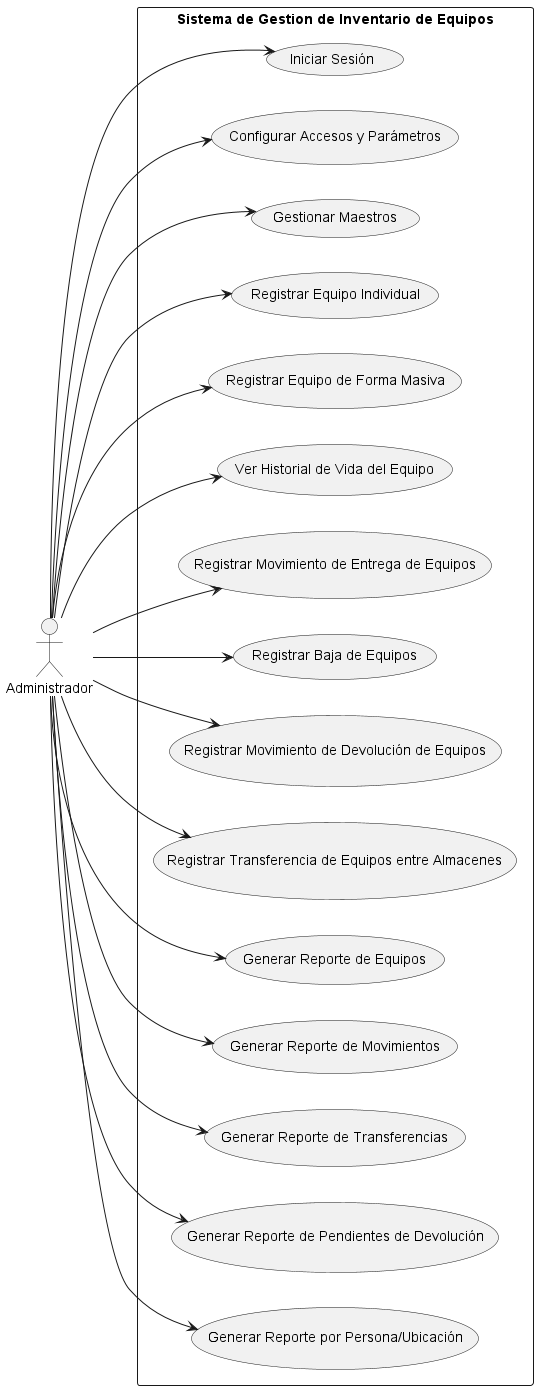
Above: UML_PlantUML_GIV/out/CaseUses/Administrador/Administrador.png in JordanNoah7/Conquistadores (PlantUML), before the change. Source of this version:
```plantuml
@startuml Administrador
left to right direction

actor "Administrador" as a
rectangle "Sistema de Gestion de Inventario de Equipos" {
    usecase "Iniciar Sesión" as uc1
    usecase "Configurar Accesos y Parámetros" as uc2
    usecase "Gestionar Maestros" as uc3
    usecase "Registrar Equipo Individual" as uc4
    usecase "Registrar Equipo de Forma Masiva" as uc5
    usecase "Ver Historial de Vida del Equipo" as uc6
    usecase "Registrar Movimiento de Entrega de Equipos" as uc7
    usecase "Registrar Baja de Equipos" as uc8
    usecase "Registrar Movimiento de Devolución de Equipos" as uc9
    usecase "Registrar Transferencia de Equipos entre Almacenes" as uc10
    usecase "Generar Reporte de Equipos" as uc11
    usecase "Generar Reporte de Movimientos" as uc12
    usecase "Generar Reporte de Transferencias" as uc13
    usecase "Generar Reporte de Pendientes de Devolución" as uc14
    usecase "Generar Reporte por Persona/Ubicación" as uc15
}
a --> uc1
a --> uc2
a --> uc3
a --> uc4
a --> uc5
a --> uc6
a --> uc7
a --> uc8
a --> uc9
a --> uc10
a --> uc11
a --> uc12
a --> uc13
a --> uc14
a --> uc15
@enduml
```
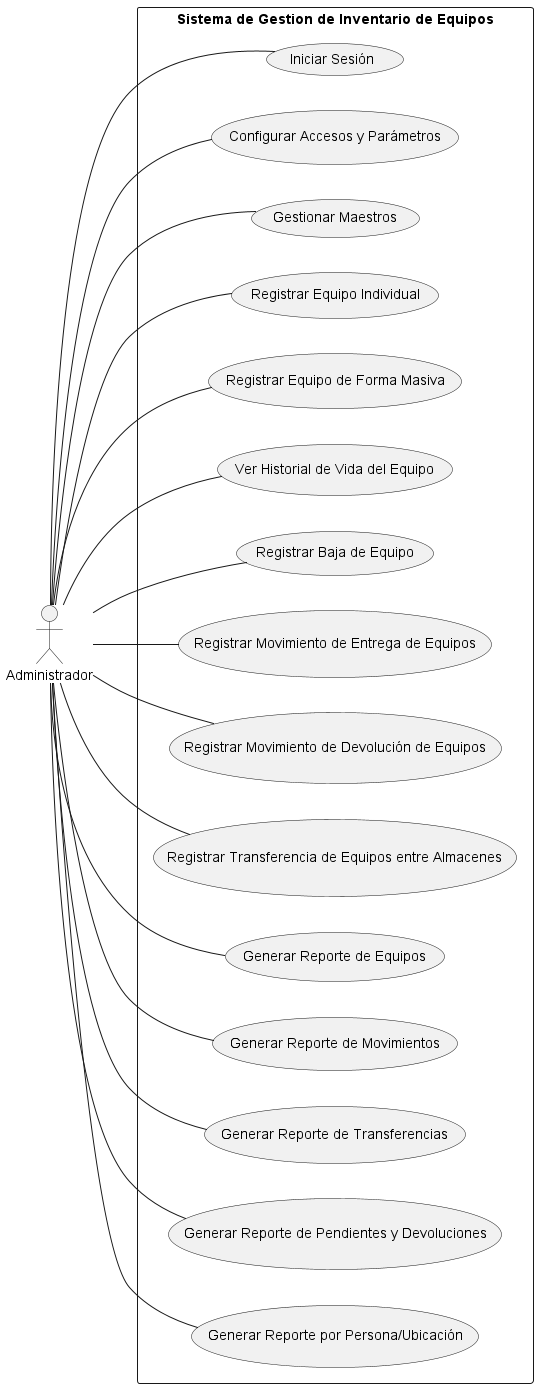
The same file after the commit.

Change to the diagram source:
```diff
@@ -9,29 +9,29 @@
     usecase "Registrar Equipo Individual" as uc4
     usecase "Registrar Equipo de Forma Masiva" as uc5
     usecase "Ver Historial de Vida del Equipo" as uc6
-    usecase "Registrar Movimiento de Entrega de Equipos" as uc7
-    usecase "Registrar Baja de Equipos" as uc8
+    usecase "Registrar Baja de Equipo" as uc7
+    usecase "Registrar Movimiento de Entrega de Equipos" as uc8
     usecase "Registrar Movimiento de Devolución de Equipos" as uc9
     usecase "Registrar Transferencia de Equipos entre Almacenes" as uc10
     usecase "Generar Reporte de Equipos" as uc11
     usecase "Generar Reporte de Movimientos" as uc12
     usecase "Generar Reporte de Transferencias" as uc13
-    usecase "Generar Reporte de Pendientes de Devolución" as uc14
+    usecase "Generar Reporte de Pendientes y Devoluciones" as uc14
     usecase "Generar Reporte por Persona/Ubicación" as uc15
 }
-a --> uc1
-a --> uc2
-a --> uc3
-a --> uc4
-a --> uc5
-a --> uc6
-a --> uc7
-a --> uc8
-a --> uc9
-a --> uc10
-a --> uc11
-a --> uc12
-a --> uc13
-a --> uc14
-a --> uc15
+a -- uc1
+a -- uc2
+a -- uc3
+a -- uc4
+a -- uc5
+a -- uc6
+a -- uc7
+a -- uc8
+a -- uc9
+a -- uc10
+a -- uc11
+a -- uc12
+a -- uc13
+a -- uc14
+a -- uc15
 @enduml
```
